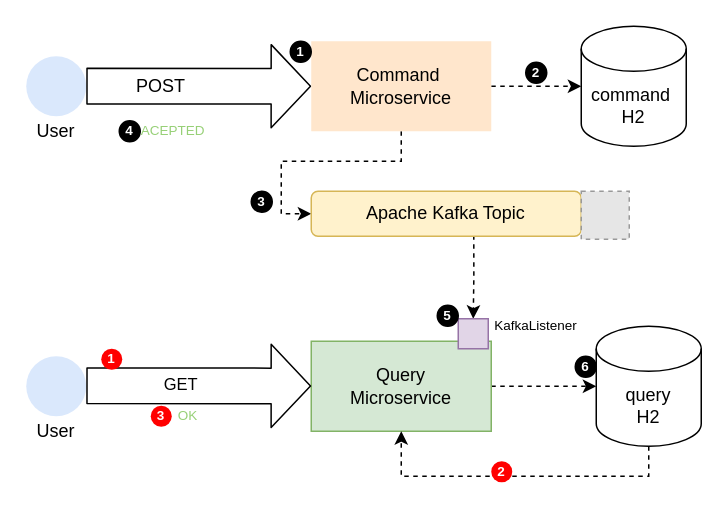
The draw.io diagram page "Page-1" (1 of 2) of cqrs.drawio in drubioa/demo-cqrs-kafka, before the edit. Source tidied: cells renumbered, new cells numbered last; positions are measured from the earlier drawing's top-left corner, leaving out a move shared by most shapes. Both pictures are drawn from the tidied source at 150%, with x=0, y=0 at pixel (26, 26). Pictures stored in the file or linked from it are replaced by grey dashed boxes.
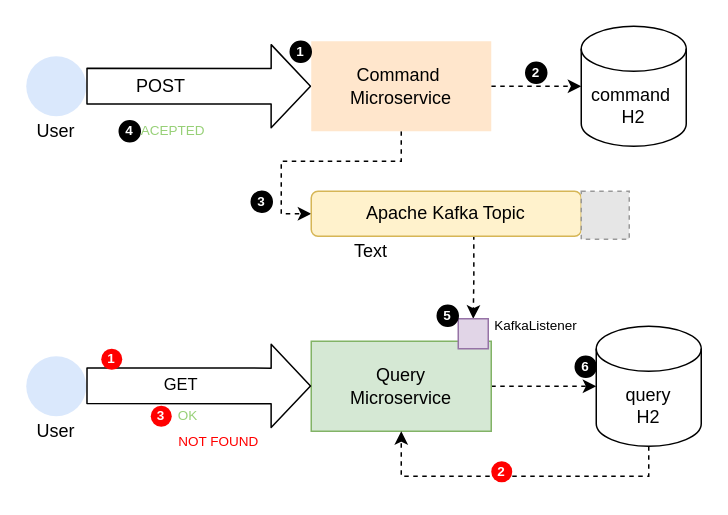
Above is the later version.

Diff of the diagram source:
```diff
@@
+    <mxCell id="34" value="Text" style="text;html=1;strokeColor=none;fillColor=none;align=center;verticalAlign=middle;whiteSpace=wrap;rounded=0;labelBackgroundColor=none;fontSize=12;fontColor=#000000;" parent="1" vertex="1">
+      <mxGeometry x="210" y="140" width="40" height="20" as="geometry" />
+    </mxCell>
+    <mxCell id="35" value="&lt;font style=&quot;font-size: 9px;&quot; color=&quot;#ff0000&quot;&gt;NOT FOUND&lt;/font&gt;" style="text;html=1;strokeColor=none;fillColor=none;align=center;verticalAlign=middle;whiteSpace=wrap;rounded=0;labelBackgroundColor=none;fontSize=9;fontColor=#000000;" parent="1" vertex="1">
+      <mxGeometry x="97" y="267" width="63" height="20" as="geometry" />
+    </mxCell>
```
